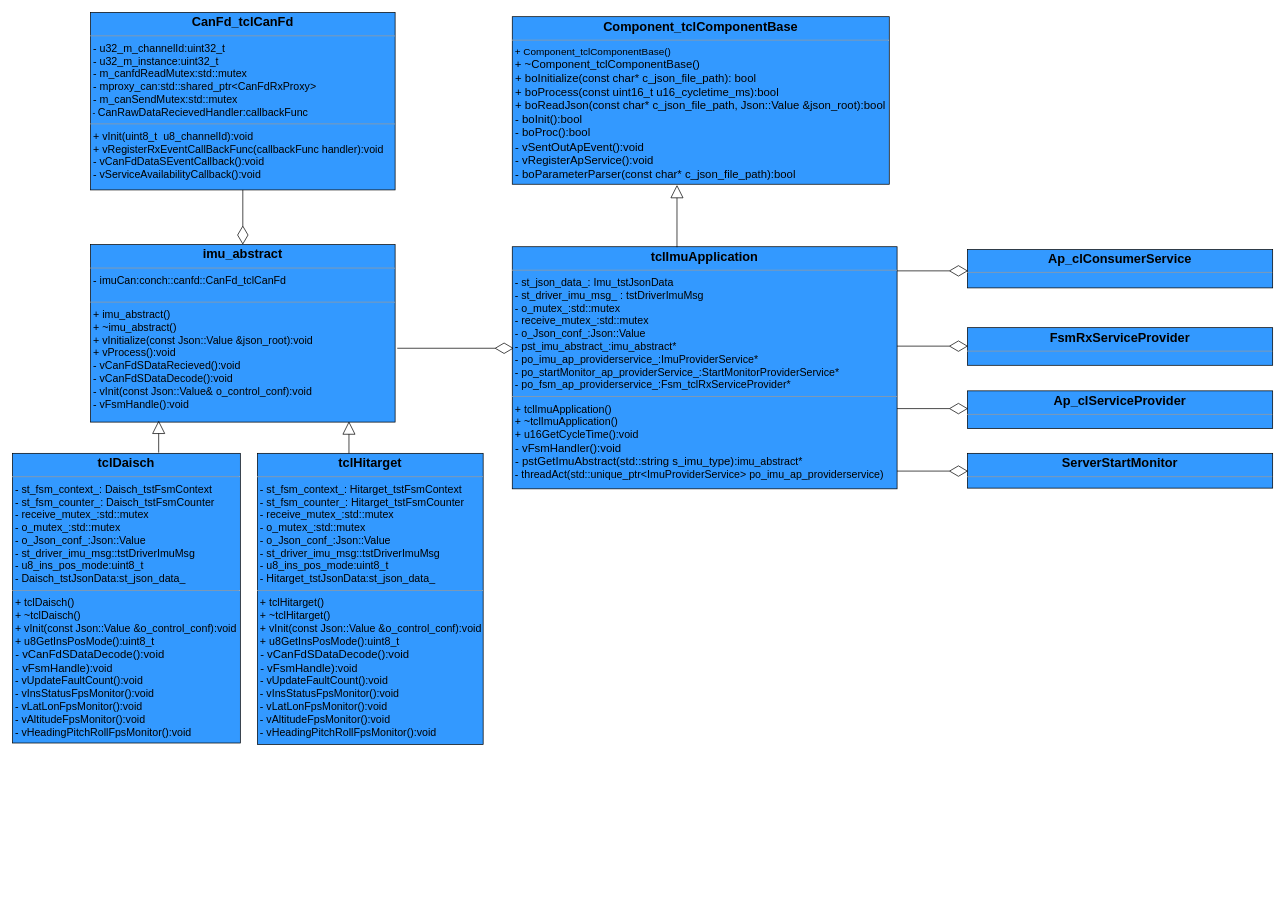
This is imu_静态图.drawio from CodePorterW/DrawIo, a draw.io file, before an edit. Source tidied: cells renumbered, new cells numbered last; positions are measured from the earlier drawing's top-left corner, leaving out a move shared by most shapes. Both pictures are drawn from the tidied source at 71%, with x=0, y=0 at pixel (12, 12).
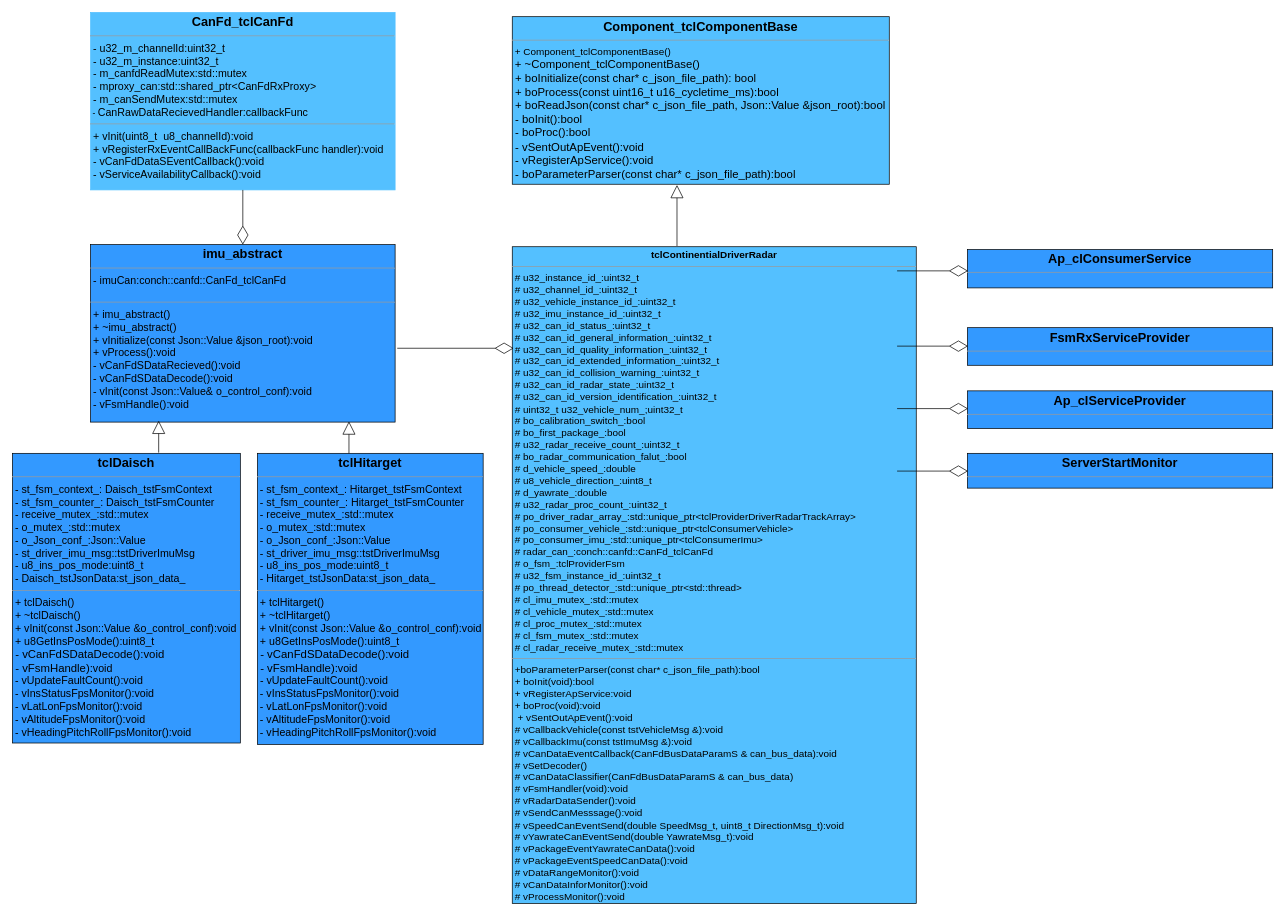
The same diagram, later.

Change to the diagram source:
```diff
@@
-    <mxCell id="2" value="&lt;p style=&quot;margin: 4px 0px 0px; text-align: center;&quot;&gt;&lt;font style=&quot;&quot;&gt;&lt;span style=&quot;font-size: 18px;&quot;&gt;&lt;b&gt;tclImuApplication&lt;/b&gt;&lt;/span&gt;&lt;br&gt;&lt;/font&gt;&lt;/p&gt;&lt;hr size=&quot;1&quot; style=&quot;font-size: 15px&quot;&gt;&lt;p style=&quot;margin: 0px 0px 0px 4px ; font-size: 15px&quot;&gt;- st_json_data_:&amp;nbsp;Imu_tstJsonData&lt;/p&gt;&lt;p style=&quot;margin: 0px 0px 0px 4px ; font-size: 15px&quot;&gt;-&amp;nbsp;st_driver_imu_msg_ :&amp;nbsp;tstDriverImuMsg&lt;/p&gt;&lt;p style=&quot;margin: 0px 0px 0px 4px ; font-size: 15px&quot;&gt;-&amp;nbsp;o_mutex_:std::mutex&lt;/p&gt;&lt;p style=&quot;margin: 0px 0px 0px 4px ; font-size: 15px&quot;&gt;-&amp;nbsp;receive_mutex_:std::mutex&lt;/p&gt;&lt;p style=&quot;margin: 0px 0px 0px 4px ; font-size: 15px&quot;&gt;-&amp;nbsp;o_Json_conf_:Json::Value&lt;/p&gt;&lt;p style=&quot;margin: 0px 0px 0px 4px ; font-size: 15px&quot;&gt;-&amp;nbsp;pst_imu_abstract_:imu_abstract*&lt;/p&gt;&lt;p style=&quot;margin: 0px 0px 0px 4px ; font-size: 15px&quot;&gt;&lt;font style=&quot;font-size: 15px&quot;&gt;- po_imu_ap_providerservice_:ImuProviderService*&lt;/font&gt;&lt;/p&gt;&lt;p style=&quot;margin: 0px 0px 0px 4px ; font-size: 15px&quot;&gt;&lt;font style=&quot;font-size: 15px&quot;&gt;- po_startMonitor_ap_providerService_:StartMonitorProviderService*&lt;/font&gt;&lt;/p&gt;&lt;p style=&quot;margin: 0px 0px 0px 4px ; font-size: 15px&quot;&gt;&lt;font style=&quot;font-size: 15px&quot;&gt;-&amp;nbsp;po_fsm_ap_providerservice_:Fsm_tclRxServiceProvider*&lt;/font&gt;&lt;/p&gt;&lt;hr size=&quot;1&quot; style=&quot;font-size: 15px&quot;&gt;&lt;p style=&quot;margin: 0px 0px 0px 4px; font-size: 15px;&quot;&gt;&lt;font style=&quot;font-size: 15px&quot;&gt;+&amp;nbsp;tclImuApplication()&lt;/font&gt;&lt;/p&gt;&lt;p style=&quot;margin: 0px 0px 0px 4px ; font-size: 15px&quot;&gt;&lt;font style=&quot;font-size: 15px&quot;&gt;+&amp;nbsp;~tclImuApplication()&lt;/font&gt;&lt;/p&gt;&lt;p style=&quot;margin: 0px 0px 0px 4px ; font-size: 15px&quot;&gt;&lt;font style=&quot;font-size: 15px&quot;&gt;+&amp;nbsp;u16GetCycleTime():void&lt;/font&gt;&lt;/p&gt;&lt;span style=&quot;font-size: medium;&quot;&gt;&amp;nbsp;-&amp;nbsp;vFsmHandler():void&lt;/span&gt;&lt;br style=&quot;font-size: medium;&quot;&gt;&lt;span style=&quot;font-size: medium;&quot;&gt;&amp;nbsp;-&amp;nbsp;&lt;/span&gt;&lt;font size=&quot;3&quot;&gt;pstGetImuAbstract(std::string s_imu_type):&lt;/font&gt;&lt;span style=&quot;font-size: 15px;&quot;&gt;imu_abstract*&lt;/span&gt;&lt;p style=&quot;margin: 0px 0px 0px 4px ; font-size: 15px&quot;&gt;&lt;font style=&quot;font-size: 15px&quot;&gt;-&amp;nbsp;threadAct(std::unique_ptr&amp;lt;ImuProviderService&amp;gt; po_imu_ap_providerservice)&lt;/font&gt;&lt;/p&gt;&lt;p style=&quot;margin: 0px 0px 0px 4px ; font-size: 15px&quot;&gt;&lt;br&gt;&lt;/p&gt;" style="verticalAlign=top;align=left;overflow=fill;fontSize=12;fontFamily=Helvetica;html=1;fillColor=#3399FF;" parent="1" vertex="1">
-      <mxGeometry x="704" y="330" width="542" height="341" as="geometry" />
+    <mxCell id="2" value="&lt;p style=&quot;margin: 4px 0px 0px; text-align: center; font-size: 14px;&quot;&gt;&lt;font style=&quot;font-size: 14px;&quot;&gt;&lt;b style=&quot;background-color: initial;&quot;&gt;&lt;font style=&quot;font-size: 14px;&quot;&gt;tclContinentialDriverRadar&lt;/font&gt;&lt;/b&gt;&lt;br&gt;&lt;/font&gt;&lt;/p&gt;&lt;hr size=&quot;1&quot; style=&quot;font-size: 14px;&quot;&gt;&lt;p style=&quot;margin: 0px 0px 0px 4px; font-size: 14px;&quot;&gt;&lt;font style=&quot;font-size: 14px;&quot;&gt;#&amp;nbsp;u32_instance_id_:uint32_t&lt;/font&gt;&lt;/p&gt;&lt;p style=&quot;margin: 0px 0px 0px 4px; font-size: 14px;&quot;&gt;&lt;font style=&quot;font-size: 14px;&quot;&gt;#&amp;nbsp;u32_channel_id_:uint32_t&lt;/font&gt;&lt;/p&gt;&lt;p style=&quot;margin: 0px 0px 0px 4px; font-size: 14px;&quot;&gt;&lt;font style=&quot;font-size: 14px;&quot;&gt;#&amp;nbsp;u32_vehicle_instance_id_:uint32_t&lt;/font&gt;&lt;/p&gt;&lt;p style=&quot;margin: 0px 0px 0px 4px; font-size: 14px;&quot;&gt;&lt;font style=&quot;font-size: 14px;&quot;&gt;#&amp;nbsp;u32_imu_instance_id_:uint32_t&lt;/font&gt;&lt;/p&gt;&lt;p style=&quot;margin: 0px 0px 0px 4px; font-size: 14px;&quot;&gt;&lt;font style=&quot;font-size: 14px;&quot;&gt;#&amp;nbsp;u32_can_id_status_:uint32_t&lt;/font&gt;&lt;/p&gt;&lt;p style=&quot;margin: 0px 0px 0px 4px; font-size: 14px;&quot;&gt;&lt;font style=&quot;font-size: 14px;&quot;&gt;#&amp;nbsp;u32_can_id_general_information_:uint32_t&lt;/font&gt;&lt;/p&gt;&lt;p style=&quot;margin: 0px 0px 0px 4px; font-size: 14px;&quot;&gt;&lt;font style=&quot;font-size: 14px;&quot;&gt;#&amp;nbsp;u32_can_id_quality_information_:uint32_t&lt;/font&gt;&lt;/p&gt;&lt;p style=&quot;margin: 0px 0px 0px 4px; font-size: 14px;&quot;&gt;&lt;font style=&quot;font-size: 14px;&quot;&gt;#&amp;nbsp;u32_can_id_extended_information_:uint32_t&lt;/font&gt;&lt;/p&gt;&lt;p style=&quot;margin: 0px 0px 0px 4px; font-size: 14px;&quot;&gt;&lt;font style=&quot;font-size: 14px;&quot;&gt;#&amp;nbsp;u32_can_id_collision_warning_:uint32_t&lt;/font&gt;&lt;/p&gt;&lt;p style=&quot;margin: 0px 0px 0px 4px; font-size: 14px;&quot;&gt;&lt;font style=&quot;font-size: 14px;&quot;&gt;#&amp;nbsp;u32_can_id_radar_state_:uint32_t&lt;/font&gt;&lt;/p&gt;&lt;p style=&quot;margin: 0px 0px 0px 4px; font-size: 14px;&quot;&gt;&lt;font style=&quot;font-size: 14px;&quot;&gt;#&amp;nbsp;u32_can_id_version_identification_:uint32_t&lt;/font&gt;&lt;/p&gt;&lt;p style=&quot;margin: 0px 0px 0px 4px; font-size: 14px;&quot;&gt;&lt;font style=&quot;font-size: 14px;&quot;&gt;&lt;font style=&quot;font-size: 14px;&quot;&gt;#&amp;nbsp;&lt;/font&gt;uint32_t u32_vehicle_num_;uint32_t&lt;/font&gt;&lt;/p&gt;&lt;p style=&quot;margin: 0px 0px 0px 4px; font-size: 14px;&quot;&gt;&lt;font style=&quot;font-size: 14px;&quot;&gt;#&amp;nbsp;bo_calibration_switch_:bool&lt;/font&gt;&lt;/p&gt;&lt;p style=&quot;margin: 0px 0px 0px 4px; font-size: 14px;&quot;&gt;&lt;font style=&quot;font-size: 14px;&quot;&gt;#&amp;nbsp;bo_first_package_:bool&lt;/font&gt;&lt;/p&gt;&lt;p style=&quot;margin: 0px 0px 0px 4px; font-size: 14px;&quot;&gt;&lt;font style=&quot;font-size: 14px;&quot;&gt;#&amp;nbsp;u32_radar_receive_count_:uint32_t&lt;/font&gt;&lt;/p&gt;&lt;p style=&quot;margin: 0px 0px 0px 4px; font-size: 14px;&quot;&gt;&lt;font style=&quot;font-size: 14px;&quot;&gt;#&amp;nbsp;bo_radar_communication_falut_:bool&lt;/font&gt;&lt;/p&gt;&lt;p style=&quot;margin: 0px 0px 0px 4px; font-size: 14px;&quot;&gt;&lt;font style=&quot;font-size: 14px;&quot;&gt;#&amp;nbsp;d_vehicle_speed_:double&lt;/font&gt;&lt;/p&gt;&lt;p style=&quot;margin: 0px 0px 0px 4px; font-size: 14px;&quot;&gt;&lt;font style=&quot;font-size: 14px;&quot;&gt;#&amp;nbsp;u8_vehicle_direction_:uint8_t&lt;/font&gt;&lt;/p&gt;&lt;p style=&quot;margin: 0px 0px 0px 4px; font-size: 14px;&quot;&gt;&lt;font style=&quot;font-size: 14px;&quot;&gt;#&amp;nbsp;d_yawrate_:double&lt;/font&gt;&lt;/p&gt;&lt;p style=&quot;margin: 0px 0px 0px 4px; font-size: 14px;&quot;&gt;&lt;font style=&quot;font-size: 14px;&quot;&gt;#&amp;nbsp;u32_radar_proc_count_:uint32_t&lt;/font&gt;&lt;/p&gt;&lt;p style=&quot;margin: 0px 0px 0px 4px; font-size: 14px;&quot;&gt;&lt;font style=&quot;font-size: 14px;&quot;&gt;#&amp;nbsp;po_driver_radar_array_:std::unique_ptr&amp;lt;tclProviderDriverRadarTrackArray&amp;gt;&lt;/font&gt;&lt;/p&gt;&lt;p style=&quot;margin: 0px 0px 0px 4px; font-size: 14px;&quot;&gt;&lt;font style=&quot;font-size: 14px;&quot;&gt;#&amp;nbsp;po_consumer_vehicle_:std::unique_ptr&amp;lt;tclConsumerVehicle&amp;gt;&lt;/font&gt;&lt;/p&gt;&lt;p style=&quot;margin: 0px 0px 0px 4px; font-size: 14px;&quot;&gt;&lt;font style=&quot;font-size: 14px;&quot;&gt;#&amp;nbsp;po_consumer_imu_:std::unique_ptr&amp;lt;tclConsumerImu&amp;gt;&lt;/font&gt;&lt;/p&gt;&lt;p style=&quot;margin: 0px 0px 0px 4px; font-size: 14px;&quot;&gt;&lt;font style=&quot;font-size: 14px;&quot;&gt;#&amp;nbsp;radar_can_:conch::canfd::CanFd_tclCanFd&lt;/font&gt;&lt;/p&gt;&lt;p style=&quot;margin: 0px 0px 0px 4px; font-size: 14px;&quot;&gt;&lt;font style=&quot;font-size: 14px;&quot;&gt;#&amp;nbsp;o_fsm_:tclProviderFsm&lt;/font&gt;&lt;/p&gt;&lt;p style=&quot;margin: 0px 0px 0px 4px; font-size: 14px;&quot;&gt;&lt;font style=&quot;font-size: 14px;&quot;&gt;#&amp;nbsp;u32_fsm_instance_id_:uint32_t&lt;/font&gt;&lt;/p&gt;&lt;p style=&quot;margin: 0px 0px 0px 4px; font-size: 14px;&quot;&gt;&lt;font style=&quot;font-size: 14px;&quot;&gt;#&amp;nbsp;po_thread_detector_:std::unique_ptr&amp;lt;std::thread&amp;gt;&lt;/font&gt;&lt;/p&gt;&lt;p style=&quot;margin: 0px 0px 0px 4px; font-size: 14px;&quot;&gt;&lt;font style=&quot;font-size: 14px;&quot;&gt;#&amp;nbsp;cl_imu_mutex_:std::mutex&lt;/font&gt;&lt;/p&gt;&lt;p style=&quot;margin: 0px 0px 0px 4px; font-size: 14px;&quot;&gt;&lt;font style=&quot;font-size: 14px;&quot;&gt;#&amp;nbsp;cl_vehicle_mutex_:std::mutex&lt;/font&gt;&lt;/p&gt;&lt;p style=&quot;margin: 0px 0px 0px 4px; font-size: 14px;&quot;&gt;&lt;font style=&quot;font-size: 14px;&quot;&gt;#&amp;nbsp;cl_proc_mutex_:std::mutex&lt;/font&gt;&lt;/p&gt;&lt;p style=&quot;margin: 0px 0px 0px 4px; font-size: 14px;&quot;&gt;&lt;font style=&quot;font-size: 14px;&quot;&gt;#&amp;nbsp;cl_fsm_mutex_:std::mutex&amp;nbsp;&lt;/font&gt;&lt;/p&gt;&lt;p style=&quot;margin: 0px 0px 0px 4px; font-size: 14px;&quot;&gt;&lt;font style=&quot;font-size: 14px;&quot;&gt;#&amp;nbsp;cl_radar_receive_mutex_:std::mutex&lt;/font&gt;&lt;/p&gt;&lt;hr size=&quot;1&quot; style=&quot;font-size: 14px;&quot;&gt;&lt;p style=&quot;margin: 0px 0px 0px 4px; font-size: 14px;&quot;&gt;&lt;font style=&quot;font-size: 14px;&quot;&gt;+boParameterParser(const char* c_json_file_path):bool&lt;/font&gt;&lt;/p&gt;&lt;p style=&quot;margin: 0px 0px 0px 4px; font-size: 14px;&quot;&gt;&lt;font style=&quot;font-size: 14px;&quot;&gt;+&amp;nbsp;boInit(void):bool&lt;/font&gt;&lt;/p&gt;&lt;p style=&quot;margin: 0px 0px 0px 4px; font-size: 14px;&quot;&gt;&lt;font style=&quot;font-size: 14px;&quot;&gt;+&amp;nbsp;vRegisterApService:void&lt;/font&gt;&lt;/p&gt;&lt;font style=&quot;font-size: 14px;&quot;&gt;&amp;nbsp;+ boProc(void):void&lt;br style=&quot;&quot;&gt;&amp;nbsp; + vSentOutApEvent():void&lt;br&gt;&amp;nbsp;# vCallbackVehicle(const tstVehicleMsg &amp;amp;):void&lt;br&gt;&amp;nbsp;# vCallbackImu(const tstImuMsg &amp;amp;):void&lt;br&gt;&amp;nbsp;# vCanDataEventCallback(CanFdBusDataParamS &amp;amp; can_bus_data):void&lt;br&gt;&amp;nbsp;# vSetDecoder()&lt;br&gt;&lt;/font&gt;&lt;p style=&quot;margin: 0px 0px 0px 4px; font-size: 14px;&quot;&gt;&lt;/p&gt;&lt;p style=&quot;margin: 0px 0px 0px 4px; font-size: 14px;&quot;&gt;&lt;font style=&quot;font-size: 14px;&quot;&gt;#&amp;nbsp;vCanDataClassifier(CanFdBusDataParamS &amp;amp; can_bus_data)&lt;/font&gt;&lt;/p&gt;&lt;p style=&quot;margin: 0px 0px 0px 4px; font-size: 14px;&quot;&gt;&lt;font style=&quot;font-size: 14px;&quot;&gt;#&amp;nbsp;vFsmHandler(void):void&lt;/font&gt;&lt;/p&gt;&lt;p style=&quot;margin: 0px 0px 0px 4px; font-size: 14px;&quot;&gt;&lt;font style=&quot;font-size: 14px;&quot;&gt;#&amp;nbsp;vRadarDataSender():void&lt;/font&gt;&lt;/p&gt;&lt;p style=&quot;margin: 0px 0px 0px 4px; font-size: 14px;&quot;&gt;&lt;font style=&quot;font-size: 14px;&quot;&gt;#&amp;nbsp;vSendCanMesssage():void&lt;/font&gt;&lt;/p&gt;&lt;p style=&quot;margin: 0px 0px 0px 4px; font-size: 14px;&quot;&gt;&lt;font style=&quot;font-size: 14px;&quot;&gt;#&amp;nbsp;vSpeedCanEventSend(double SpeedMsg_t, uint8_t DirectionMsg_t):void&lt;/font&gt;&lt;/p&gt;&lt;p style=&quot;margin: 0px 0px 0px 4px; font-size: 14px;&quot;&gt;&lt;font style=&quot;font-size: 14px;&quot;&gt;#&amp;nbsp;vYawrateCanEventSend(double YawrateMsg_t):void&lt;/font&gt;&lt;/p&gt;&lt;p style=&quot;margin: 0px 0px 0px 4px; font-size: 14px;&quot;&gt;&lt;font style=&quot;font-size: 14px;&quot;&gt;# vPackageEventYawrateCanData():void&lt;/font&gt;&lt;/p&gt;&lt;p style=&quot;margin: 0px 0px 0px 4px; font-size: 14px;&quot;&gt;&lt;font style=&quot;font-size: 14px;&quot;&gt;#&amp;nbsp;vPackageEventSpeedCanData():void&lt;/font&gt;&lt;/p&gt;&lt;p style=&quot;margin: 0px 0px 0px 4px; font-size: 14px;&quot;&gt;&lt;font style=&quot;font-size: 14px;&quot;&gt;#&amp;nbsp;vDataRangeMonitor():void&lt;/font&gt;&lt;/p&gt;&lt;p style=&quot;margin: 0px 0px 0px 4px; font-size: 14px;&quot;&gt;&lt;font style=&quot;font-size: 14px;&quot;&gt;#&amp;nbsp;vCanDataInforMonitor():void&lt;/font&gt;&lt;/p&gt;&lt;p style=&quot;margin: 0px 0px 0px 4px; font-size: 14px;&quot;&gt;&lt;font style=&quot;font-size: 14px;&quot;&gt;#&amp;nbsp;vProcessMonitor():void&lt;/font&gt;&lt;/p&gt;&lt;p style=&quot;margin: 0px 0px 0px 4px ; font-size: 15px&quot;&gt;&lt;br&gt;&lt;/p&gt;" style="verticalAlign=top;align=left;overflow=fill;fontSize=12;fontFamily=Helvetica;html=1;fillColor=#54C0FF;" parent="1" vertex="1">
+      <mxGeometry x="704" y="330" width="569" height="925" as="geometry" />
     </mxCell>
-    <mxCell id="3" value="&lt;p style=&quot;margin: 4px 0px 0px ; text-align: center&quot;&gt;&lt;font style=&quot;font-size: 18px&quot;&gt;&lt;b&gt;CanFd_tclCanFd&lt;/b&gt;&lt;br&gt;&lt;/font&gt;&lt;/p&gt;&lt;hr size=&quot;1&quot; style=&quot;font-size: 15px&quot;&gt;&lt;p style=&quot;margin: 0px 0px 0px 4px ; font-size: 15px&quot;&gt;&lt;span&gt;- u32_m_channelId:uint32_t&lt;/span&gt;&lt;br&gt;&lt;/p&gt;&lt;p style=&quot;margin: 0px 0px 0px 4px ; font-size: 15px&quot;&gt;-&amp;nbsp;u32_m_instance:uint32_t&lt;/p&gt;&lt;p style=&quot;margin: 0px 0px 0px 4px ; font-size: 15px&quot;&gt;-&amp;nbsp;m_canfdReadMutex:std::mutex&lt;/p&gt;&lt;p style=&quot;margin: 0px 0px 0px 4px ; font-size: 15px&quot;&gt;-&amp;nbsp;mproxy_can:std::shared_ptr&amp;lt;CanFdRxProxy&amp;gt;&lt;/p&gt;&lt;p style=&quot;margin: 0px 0px 0px 4px ; font-size: 15px&quot;&gt;-&amp;nbsp;m_canSendMutex:std::mutex&lt;/p&gt;&amp;nbsp;-&amp;nbsp;&lt;font style=&quot;font-size: 15px&quot;&gt;CanRawDataRecievedHandler:callbackFunc&lt;/font&gt;&lt;br&gt;&lt;hr size=&quot;1&quot; style=&quot;font-size: 15px&quot;&gt;&lt;p style=&quot;margin: 0px 0px 0px 4px ; font-size: 15px&quot;&gt;+&amp;nbsp;vInit(uint8_t&amp;nbsp; u8_channelId):void&lt;/p&gt;&lt;p style=&quot;margin: 0px 0px 0px 4px ; font-size: 15px&quot;&gt;+&amp;nbsp;vRegisterRxEventCallBackFunc(callbackFunc handler):void&lt;/p&gt;&lt;p style=&quot;margin: 0px 0px 0px 4px ; font-size: 15px&quot;&gt;-&amp;nbsp;vCanFdDataSEventCallback():void&lt;/p&gt;&lt;p style=&quot;margin: 0px 0px 0px 4px ; font-size: 15px&quot;&gt;-&amp;nbsp;vServiceAvailabilityCallback():void&lt;/p&gt;&lt;p style=&quot;margin: 0px 0px 0px 4px ; font-size: 15px&quot;&gt;&lt;font style=&quot;font-size: 15px&quot;&gt;&lt;br&gt;&lt;/font&gt;&lt;/p&gt;&lt;p style=&quot;margin: 0px 0px 0px 4px ; font-size: 15px&quot;&gt;&lt;br&gt;&lt;/p&gt;" style="verticalAlign=top;align=left;overflow=fill;fontSize=12;fontFamily=Helvetica;html=1;fillColor=#3399FF;" parent="1" vertex="1">
+    <mxCell id="3" value="&lt;p style=&quot;margin: 4px 0px 0px ; text-align: center&quot;&gt;&lt;font style=&quot;font-size: 18px&quot;&gt;&lt;b&gt;CanFd_tclCanFd&lt;/b&gt;&lt;br&gt;&lt;/font&gt;&lt;/p&gt;&lt;hr size=&quot;1&quot; style=&quot;font-size: 15px&quot;&gt;&lt;p style=&quot;margin: 0px 0px 0px 4px ; font-size: 15px&quot;&gt;&lt;span&gt;- u32_m_channelId:uint32_t&lt;/span&gt;&lt;br&gt;&lt;/p&gt;&lt;p style=&quot;margin: 0px 0px 0px 4px ; font-size: 15px&quot;&gt;-&amp;nbsp;u32_m_instance:uint32_t&lt;/p&gt;&lt;p style=&quot;margin: 0px 0px 0px 4px ; font-size: 15px&quot;&gt;-&amp;nbsp;m_canfdReadMutex:std::mutex&lt;/p&gt;&lt;p style=&quot;margin: 0px 0px 0px 4px ; font-size: 15px&quot;&gt;-&amp;nbsp;mproxy_can:std::shared_ptr&amp;lt;CanFdRxProxy&amp;gt;&lt;/p&gt;&lt;p style=&quot;margin: 0px 0px 0px 4px ; font-size: 15px&quot;&gt;-&amp;nbsp;m_canSendMutex:std::mutex&lt;/p&gt;&amp;nbsp;-&amp;nbsp;&lt;font style=&quot;font-size: 15px&quot;&gt;CanRawDataRecievedHandler:callbackFunc&lt;/font&gt;&lt;br&gt;&lt;hr size=&quot;1&quot; style=&quot;font-size: 15px&quot;&gt;&lt;p style=&quot;margin: 0px 0px 0px 4px ; font-size: 15px&quot;&gt;+&amp;nbsp;vInit(uint8_t&amp;nbsp; u8_channelId):void&lt;/p&gt;&lt;p style=&quot;margin: 0px 0px 0px 4px ; font-size: 15px&quot;&gt;+&amp;nbsp;vRegisterRxEventCallBackFunc(callbackFunc handler):void&lt;/p&gt;&lt;p style=&quot;margin: 0px 0px 0px 4px ; font-size: 15px&quot;&gt;-&amp;nbsp;vCanFdDataSEventCallback():void&lt;/p&gt;&lt;p style=&quot;margin: 0px 0px 0px 4px ; font-size: 15px&quot;&gt;-&amp;nbsp;vServiceAvailabilityCallback():void&lt;/p&gt;&lt;p style=&quot;margin: 0px 0px 0px 4px ; font-size: 15px&quot;&gt;&lt;font style=&quot;font-size: 15px&quot;&gt;&lt;br&gt;&lt;/font&gt;&lt;/p&gt;&lt;p style=&quot;margin: 0px 0px 0px 4px ; font-size: 15px&quot;&gt;&lt;br&gt;&lt;/p&gt;" style="verticalAlign=top;align=left;overflow=fill;fontSize=12;fontFamily=Helvetica;html=1;fillColor=#54C0FF;strokeColor=#54C0FF;" parent="1" vertex="1">
       <mxGeometry x="110" width="429" height="250" as="geometry" />
     </mxCell>
-    <mxCell id="4" value="&lt;p style=&quot;margin: 4px 0px 0px ; text-align: center&quot;&gt;&lt;font&gt;&lt;b&gt;&lt;font style=&quot;font-size: 18px&quot;&gt;Component_tclComponentBase&lt;/font&gt;&lt;/b&gt;&lt;br&gt;&lt;/font&gt;&lt;/p&gt;&lt;hr size=&quot;1&quot; style=&quot;font-size: 15px&quot;&gt;&lt;p style=&quot;margin: 0px 0px 0px 4px&quot;&gt;&lt;font style=&quot;font-size: 14px&quot;&gt;+ Component_tclComponentBase()&lt;/font&gt;&lt;/p&gt;&lt;p style=&quot;margin: 0px 0px 0px 4px&quot;&gt;&lt;font size=&quot;3&quot;&gt;+ ~Component_tclComponentBase()&lt;/font&gt;&lt;/p&gt;&lt;font size=&quot;3&quot;&gt;&lt;font&gt;&amp;nbsp;+ boInitialize(const char* c_json_file_path):&amp;nbsp;bool&lt;br&gt;&amp;nbsp;+ boProcess(const uint16_t u16_cycletime_ms):bool&lt;br&gt;&amp;nbsp;+&amp;nbsp;boReadJson(const char* c_json_file_path, Json::Value &amp;amp;json_root):bool&lt;br&gt;&lt;/font&gt;&lt;font&gt;&amp;nbsp;- boInit():bool&lt;br&gt;&amp;nbsp;- boProc():bool&lt;br&gt;&amp;nbsp;- vSentOutApEvent():void&lt;br&gt;&amp;nbsp;- vRegisterApService():void&lt;br&gt;&amp;nbsp;- boParameterParser(const char* c_json_file_path):bool&lt;br&gt;&lt;/font&gt;&lt;/font&gt;&lt;br&gt;&lt;p style=&quot;margin: 0px 0px 0px 4px ; font-size: 15px&quot;&gt;&lt;br&gt;&lt;/p&gt;" style="verticalAlign=top;align=left;overflow=fill;fontSize=12;fontFamily=Helvetica;html=1;fillColor=#3399FF;" parent="1" vertex="1">
+    <mxCell id="4" value="&lt;p style=&quot;margin: 4px 0px 0px ; text-align: center&quot;&gt;&lt;font&gt;&lt;b&gt;&lt;font style=&quot;font-size: 18px&quot;&gt;Component_tclComponentBase&lt;/font&gt;&lt;/b&gt;&lt;br&gt;&lt;/font&gt;&lt;/p&gt;&lt;hr size=&quot;1&quot; style=&quot;font-size: 15px&quot;&gt;&lt;p style=&quot;margin: 0px 0px 0px 4px&quot;&gt;&lt;font style=&quot;font-size: 14px&quot;&gt;+ Component_tclComponentBase()&lt;/font&gt;&lt;/p&gt;&lt;p style=&quot;margin: 0px 0px 0px 4px&quot;&gt;&lt;font size=&quot;3&quot;&gt;+ ~Component_tclComponentBase()&lt;/font&gt;&lt;/p&gt;&lt;font size=&quot;3&quot;&gt;&lt;font&gt;&amp;nbsp;+ boInitialize(const char* c_json_file_path):&amp;nbsp;bool&lt;br&gt;&amp;nbsp;+ boProcess(const uint16_t u16_cycletime_ms):bool&lt;br&gt;&amp;nbsp;+&amp;nbsp;boReadJson(const char* c_json_file_path, Json::Value &amp;amp;json_root):bool&lt;br&gt;&lt;/font&gt;&lt;font&gt;&amp;nbsp;- boInit():bool&lt;br&gt;&amp;nbsp;- boProc():bool&lt;br&gt;&amp;nbsp;- vSentOutApEvent():void&lt;br&gt;&amp;nbsp;- vRegisterApService():void&lt;br&gt;&amp;nbsp;- boParameterParser(const char* c_json_file_path):bool&lt;br&gt;&lt;/font&gt;&lt;/font&gt;&lt;br&gt;&lt;p style=&quot;margin: 0px 0px 0px 4px ; font-size: 15px&quot;&gt;&lt;br&gt;&lt;/p&gt;" style="verticalAlign=top;align=left;overflow=fill;fontSize=12;fontFamily=Helvetica;html=1;fillColor=#54C0FF;" parent="1" vertex="1">
       <mxGeometry x="704" y="6" width="531" height="236" as="geometry" />
     </mxCell>
@@
-    <mxCell id="12" style="endArrow=block;endSize=16;endFill=0;html=1;rounded=0;fontColor=#000000;exitX=0.428;exitY=0.002;exitDx=0;exitDy=0;exitPerimeter=0;" parent="1" edge="1" source="2">
+    <mxCell id="12" style="endArrow=block;endSize=16;endFill=0;html=1;rounded=0;fontColor=#000000;" parent="1" edge="1">
       <mxGeometry relative="1" as="geometry">
+        <mxPoint x="936" y="329" as="sourcePoint" />
         <mxPoint x="936" y="243" as="targetPoint" />
       </mxGeometry>
     </mxCell>
```
